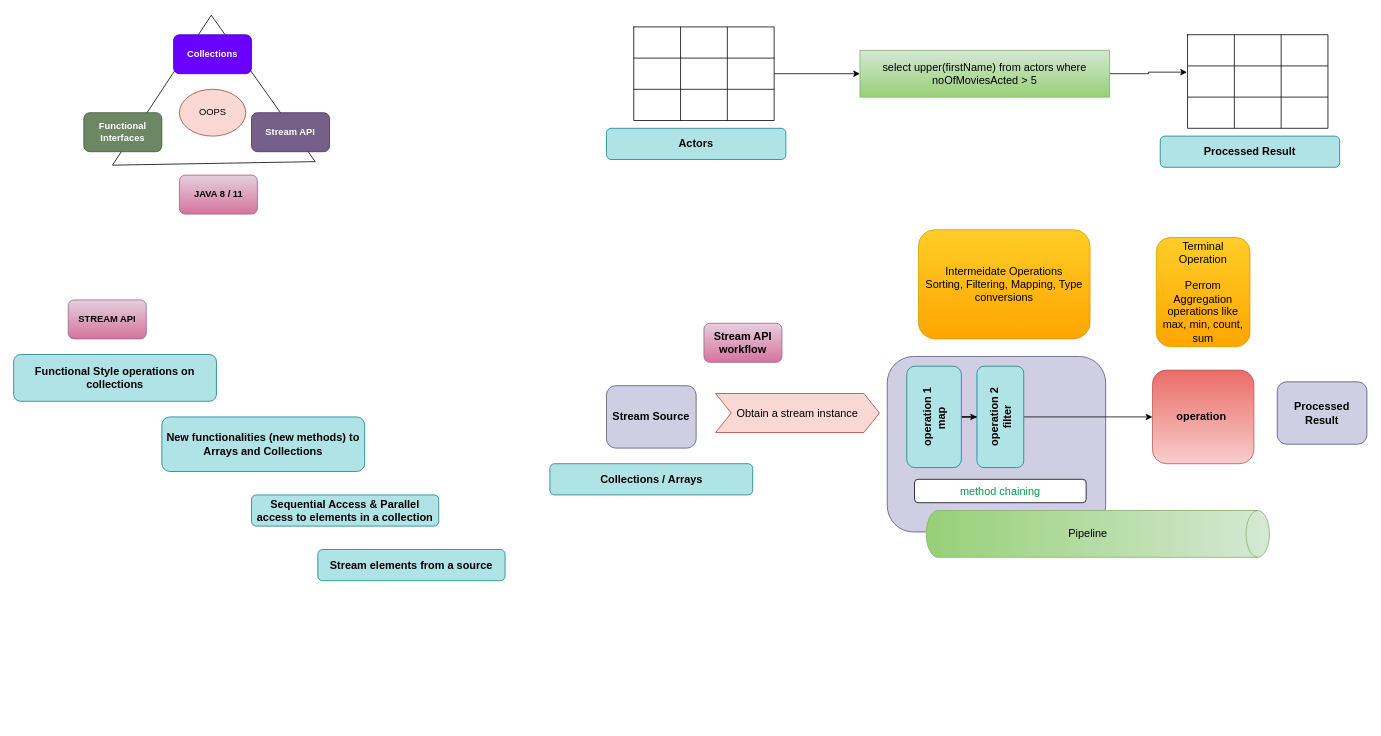
nathub071122/natGIT keeps this draw.io diagram as page "Stream API" (2 of 2) of day1.drawio. Above is the earlier version. Source tidied: cells renumbered, new cells numbered last; positions are measured from the earlier drawing's top-left corner, leaving out a move shared by most shapes. Both pictures are drawn from the tidied source at 78%, with x=0, y=0 at pixel (13, -12).
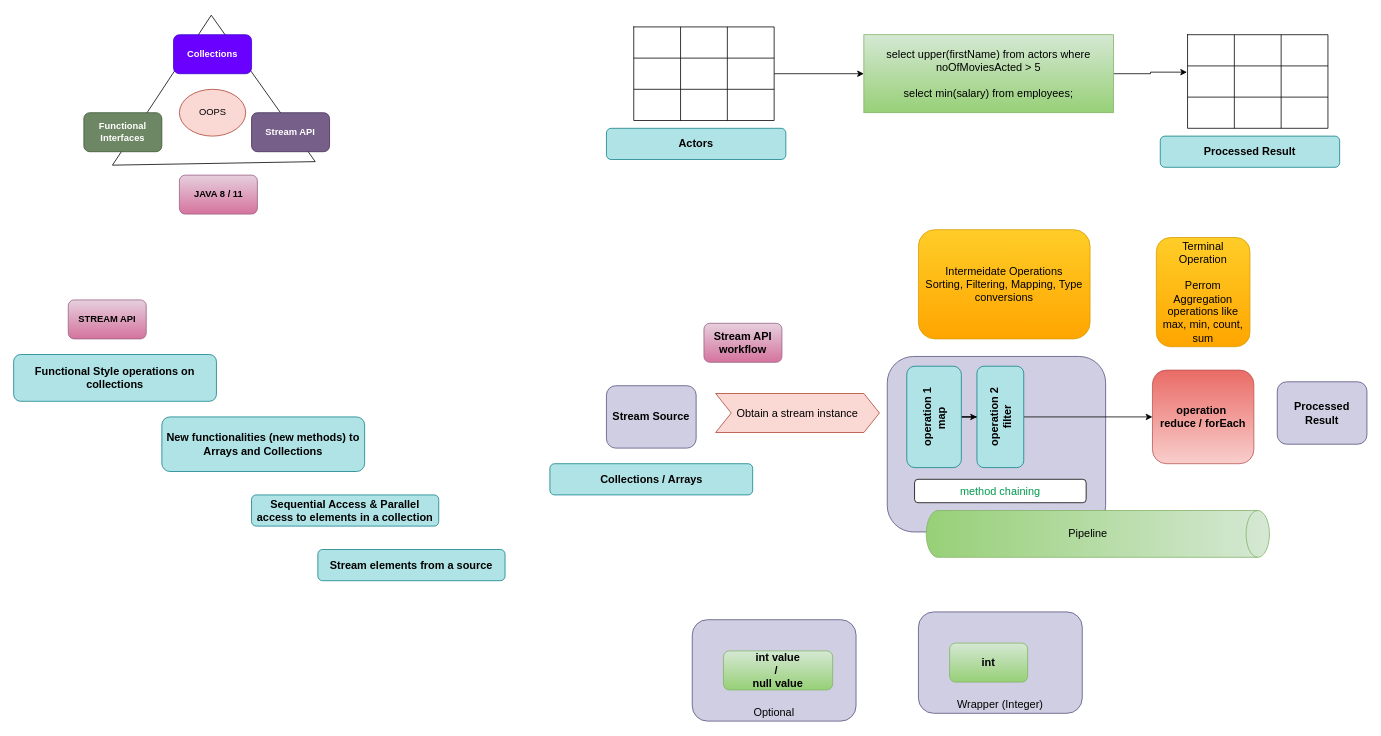
The same page after the edit.

The edit, as a diff of the source:
```diff
@@
+    <mxCell id="59" value="Optional" style="rounded=1;whiteSpace=wrap;html=1;fillColor=#d0cee2;strokeColor=#56517e;verticalAlign=bottom;fontSize=14;" parent="1" vertex="1">
+      <mxGeometry x="870" y="810" width="210" height="130" as="geometry" />
+    </mxCell>
@@
-    <mxCell id="24" value="operation&amp;nbsp;" style="rounded=1;whiteSpace=wrap;html=1;fillColor=#f8cecc;strokeColor=#b85450;fontStyle=1;verticalAlign=middle;fontSize=14;rotation=90;gradientColor=#ea6b66;horizontal=0;direction=south;" parent="1" vertex="1">
+    <mxCell id="24" value="operation&amp;nbsp;&lt;br&gt;reduce / forEach" style="rounded=1;whiteSpace=wrap;html=1;fillColor=#f8cecc;strokeColor=#b85450;fontStyle=1;verticalAlign=middle;fontSize=14;rotation=90;gradientColor=#ea6b66;horizontal=0;direction=south;" parent="1" vertex="1">
       <mxGeometry x="1465" y="485" width="120" height="130" as="geometry" />
     </mxCell>
@@
-    <mxCell id="42" value="select upper(firstName) from actors where noOfMoviesActed &amp;gt; 5" style="whiteSpace=wrap;html=1;fontSize=14;startSize=0;gradientColor=#97d077;fillColor=#d5e8d4;strokeColor=#82b366;" parent="1" vertex="1">
-      <mxGeometry x="1085" y="80" width="320" height="60" as="geometry" />
+    <mxCell id="42" value="select upper(firstName) from actors where noOfMoviesActed &amp;gt; 5&lt;br&gt;&lt;br&gt;select min(salary) from employees;" style="whiteSpace=wrap;html=1;fontSize=14;startSize=0;gradientColor=#97d077;fillColor=#d5e8d4;strokeColor=#82b366;" parent="1" vertex="1">
+      <mxGeometry x="1090" y="60" width="320" height="100" as="geometry" />
     </mxCell>
@@
+    <mxCell id="60" value="int value&lt;br&gt;/&amp;nbsp;&lt;br&gt;null value" style="rounded=1;whiteSpace=wrap;html=1;fillColor=#d5e8d4;strokeColor=#82b366;verticalAlign=middle;align=center;fontStyle=1;fontSize=14;gradientColor=#97d077;" parent="1" vertex="1">
+      <mxGeometry x="910" y="850" width="140" height="50" as="geometry" />
+    </mxCell>
+    <mxCell id="61" value="Wrapper (Integer)" style="rounded=1;whiteSpace=wrap;html=1;fillColor=#d0cee2;strokeColor=#56517e;verticalAlign=bottom;fontSize=14;" parent="1" vertex="1">
+      <mxGeometry x="1160" y="800" width="210" height="130" as="geometry" />
+    </mxCell>
+    <mxCell id="62" value="int" style="rounded=1;whiteSpace=wrap;html=1;fillColor=#d5e8d4;strokeColor=#82b366;verticalAlign=middle;align=center;fontStyle=1;fontSize=14;gradientColor=#97d077;" parent="1" vertex="1">
+      <mxGeometry x="1200" y="840" width="100" height="50" as="geometry" />
+    </mxCell>
```
